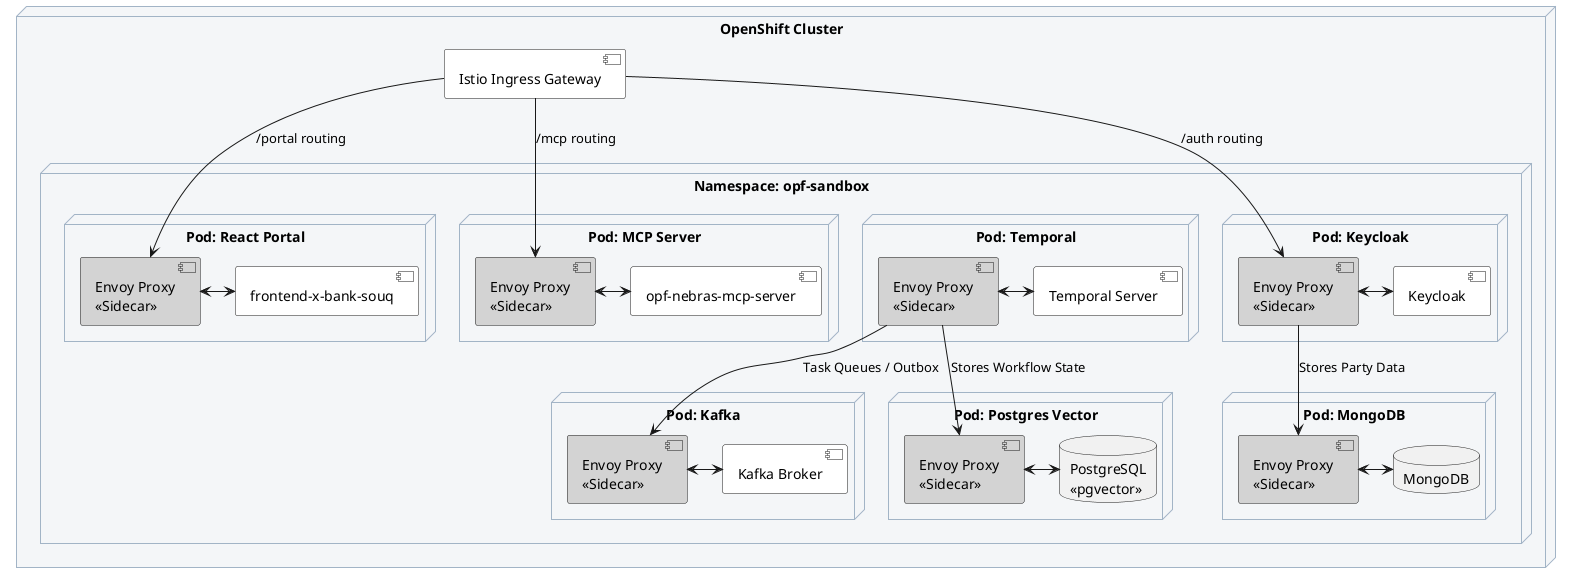
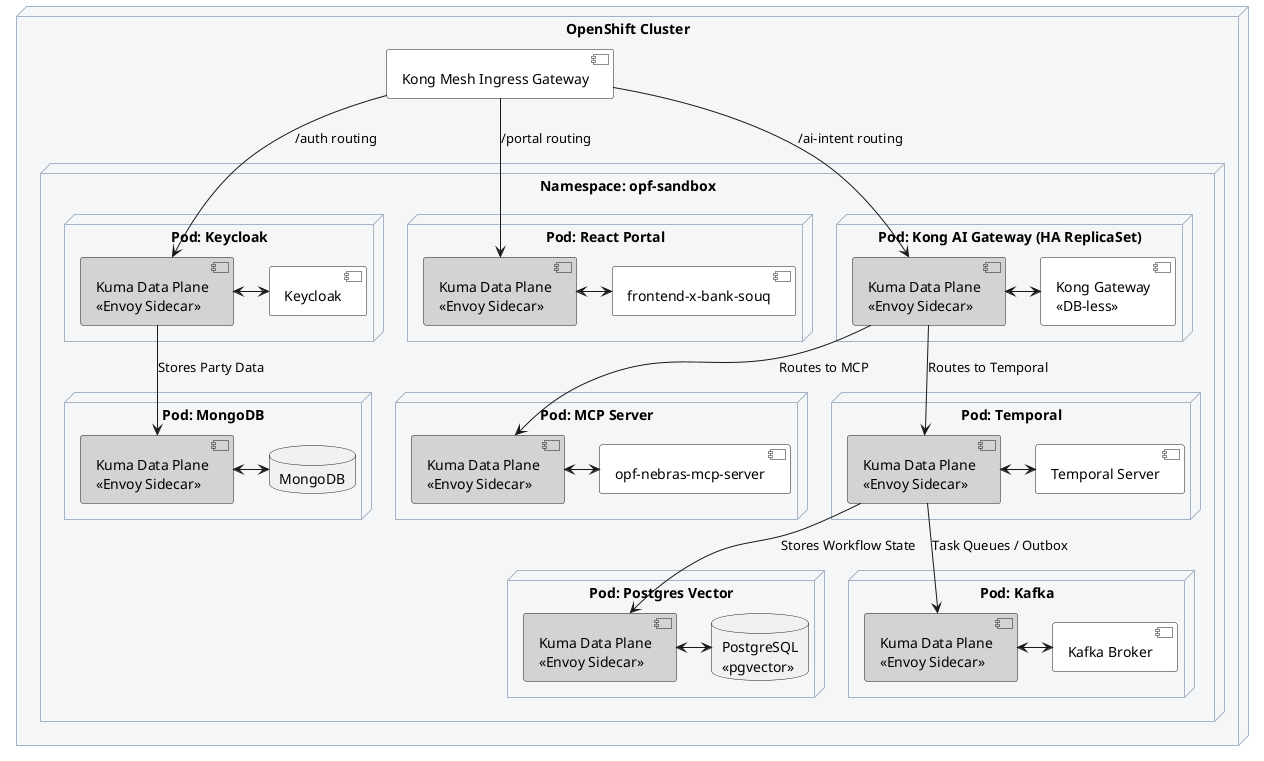
@startuml Deployment_Sandbox
skinparam node {
    BackgroundColor #f4f6f8
    BorderColor #a2b4c6
}
skinparam component {
    BackgroundColor #ffffff
}

node "OpenShift Cluster" as k8s {

-     component "Istio Ingress Gateway" as ingress
+     component "Kong Mesh Ingress Gateway" as ingress

    node "Namespace: opf-sandbox" {

        node "Pod: Keycloak" {
-             component "Envoy Proxy\n<<Sidecar>>" as e1 #lightgrey
+             component "Kuma Data Plane\n<<Envoy Sidecar>>" as e1 #lightgrey
            component "Keycloak" as kc
            e1 <-> kc
        }

        node "Pod: MongoDB" {
-             component "Envoy Proxy\n<<Sidecar>>" as e2 #lightgrey
+             component "Kuma Data Plane\n<<Envoy Sidecar>>" as e2 #lightgrey
            database "MongoDB" as mongo
            e2 <-> mongo
        }

        node "Pod: Temporal" {
-             component "Envoy Proxy\n<<Sidecar>>" as e3 #lightgrey
+             component "Kuma Data Plane\n<<Envoy Sidecar>>" as e3 #lightgrey
            component "Temporal Server" as temp
            e3 <-> temp
        }

        node "Pod: Postgres Vector" {
-             component "Envoy Proxy\n<<Sidecar>>" as e4 #lightgrey
+             component "Kuma Data Plane\n<<Envoy Sidecar>>" as e4 #lightgrey
            database "PostgreSQL\n<<pgvector>>" as pg
            e4 <-> pg
        }

        node "Pod: Kafka" {
-             component "Envoy Proxy\n<<Sidecar>>" as e5 #lightgrey
+             component "Kuma Data Plane\n<<Envoy Sidecar>>" as e5 #lightgrey
            component "Kafka Broker" as kafka
            e5 <-> kafka
        }
        node "Pod: React Portal" {
-             component "Envoy Proxy\n<<Sidecar>>" as e6 #lightgrey
+             component "Kuma Data Plane\n<<Envoy Sidecar>>" as e6 #lightgrey
            component "frontend-x-bank-souq" as portal
            e6 <-> portal
        }

+         node "Pod: Kong AI Gateway (HA ReplicaSet)" {
+             component "Kuma Data Plane\n<<Envoy Sidecar>>" as ek #lightgrey
+             component "Kong Gateway\n<<DB-less>>" as kong
+             ek <-> kong
+         }
+ 
        node "Pod: MCP Server" {
-             component "Envoy Proxy\n<<Sidecar>>" as e7 #lightgrey
+             component "Kuma Data Plane\n<<Envoy Sidecar>>" as e7 #lightgrey
            component "opf-nebras-mcp-server" as mcp
            e7 <-> mcp
        }
    }

    ingress --> e6 : /portal routing
-     ingress --> e7 : /mcp routing
+     ingress --> ek : /ai-intent routing
+     ek --> e7 : Routes to MCP
+     ek --> e3 : Routes to Temporal
    ingress --> e1 : /auth routing
    e1 --> e2 : Stores Party Data
    e3 --> e4 : Stores Workflow State
    e3 --> e5 : Task Queues / Outbox
}
@enduml
